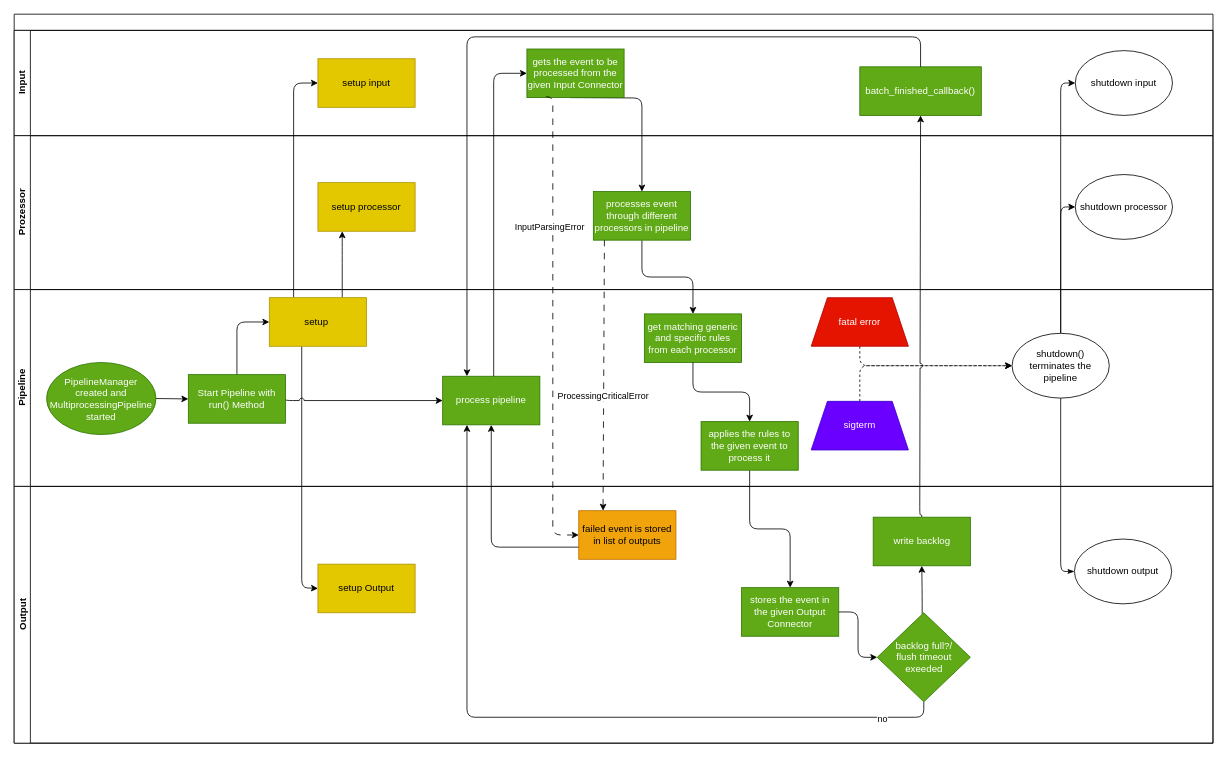
Earlier version of the draw.io diagram doc/source/development/architecture/diagramms/pipeline.drawio (fkie-cad/Logprep). Source tidied: cells renumbered, new cells numbered last; positions are measured from the earlier drawing's top-left corner, leaving out a move shared by most shapes. Both pictures are drawn from the tidied source at 81%, with x=0, y=0 at pixel (14, 14).
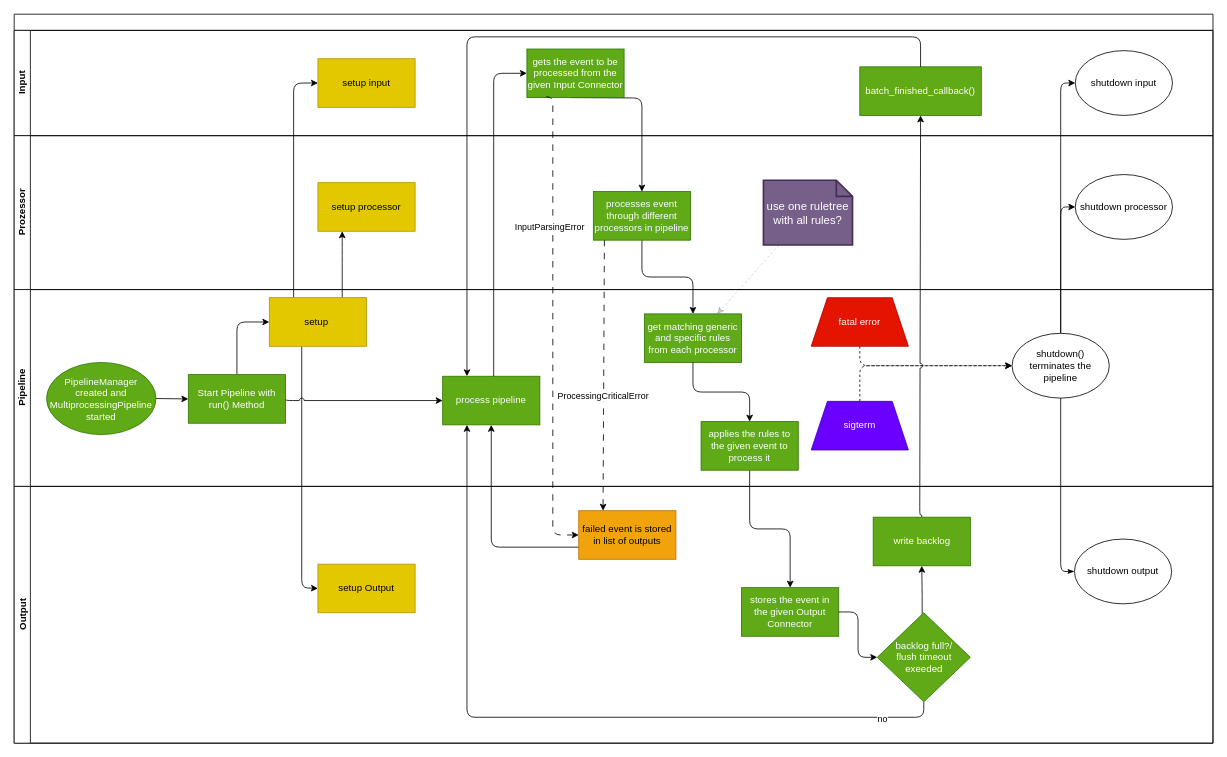
Above is the later version.

Commit message (it also covers changes not shown here):
add html export files and pipelineManager diagramm, update input, output and ruletree diagram

The change refers to these unchanged cells:
```xml
<mxCell id="2" value="&lt;br&gt;" style="swimlane;horizontal=1;startSize=20;html=1;" parent="1" vertex="1">
  <mxGeometry width="1480" height="900" as="geometry" />
</mxCell>
<mxCell id="8" value="Prozessor" style="swimlane;startSize=20;horizontal=0;html=1;" parent="2" vertex="1">
  <mxGeometry y="150" width="1480" height="190" as="geometry" />
</mxCell>
<mxCell id="32" value="get matching generic and specific rules from each processor" style="whiteSpace=wrap;html=1;fillColor=#60a917;fontColor=#ffffff;strokeColor=#2D7600;" parent="23" vertex="1">
  <mxGeometry x="778" y="30" width="120" height="60" as="geometry" />
</mxCell>
```

What changed in the source:
```diff
@@
+    <mxCell id="56" value="use one ruletree with all rules?" style="shape=note;strokeWidth=2;fontSize=14;size=20;whiteSpace=wrap;html=1;fillColor=#76608a;strokeColor=#432D57;fontColor=#ffffff;" parent="8" vertex="1">
+      <mxGeometry x="925" y="55" width="110" height="80" as="geometry" />
+    </mxCell>
@@
+    <mxCell id="57" style="edgeStyle=none;html=1;entryX=0.75;entryY=0;entryDx=0;entryDy=0;opacity=20;dashed=1;" parent="2" edge="1" source="56" target="32">
+      <mxGeometry relative="1" as="geometry" />
+    </mxCell>
```
